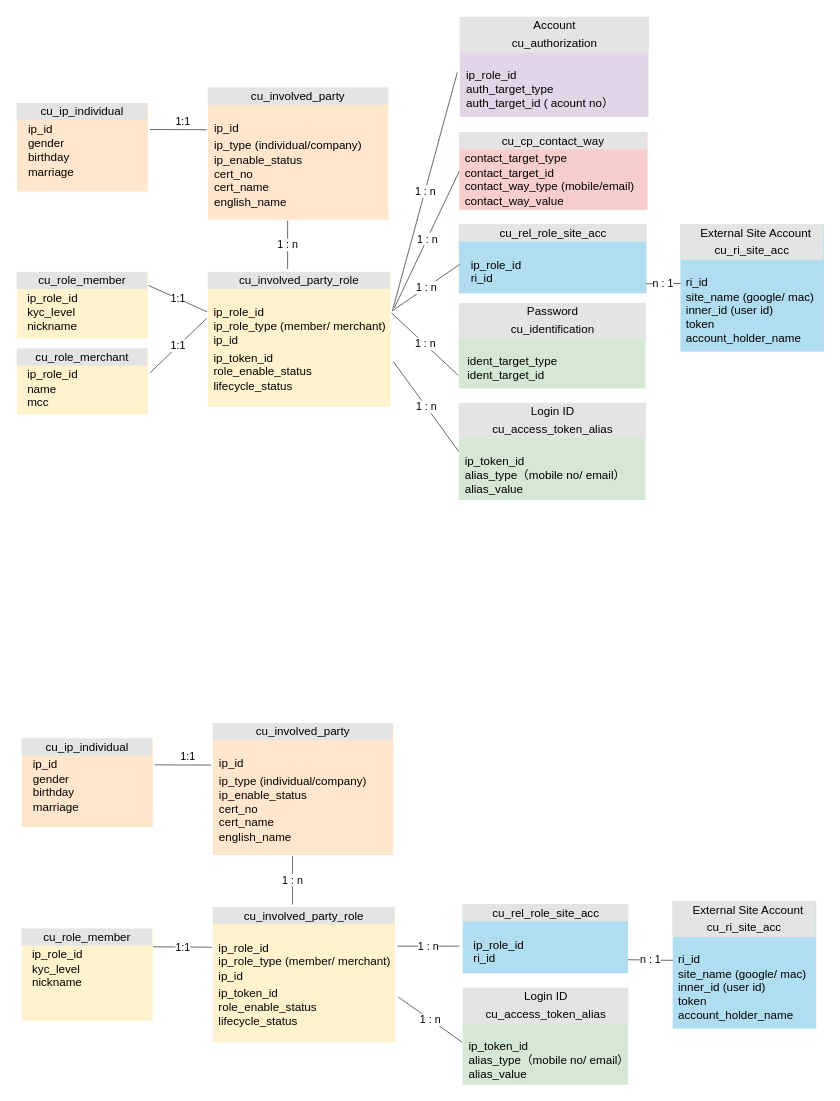
Earlier version of the draw.io diagram page "账号Model 英文" (10 of 17) of 会员账户.drawio (renqiuming/drawio). Source tidied: cells renumbered, new cells numbered last; positions are measured from the earlier drawing's top-left corner, leaving out a move shared by most shapes. Both pictures are drawn from the tidied source at 97%, with x=0, y=0 at pixel (16, 16).
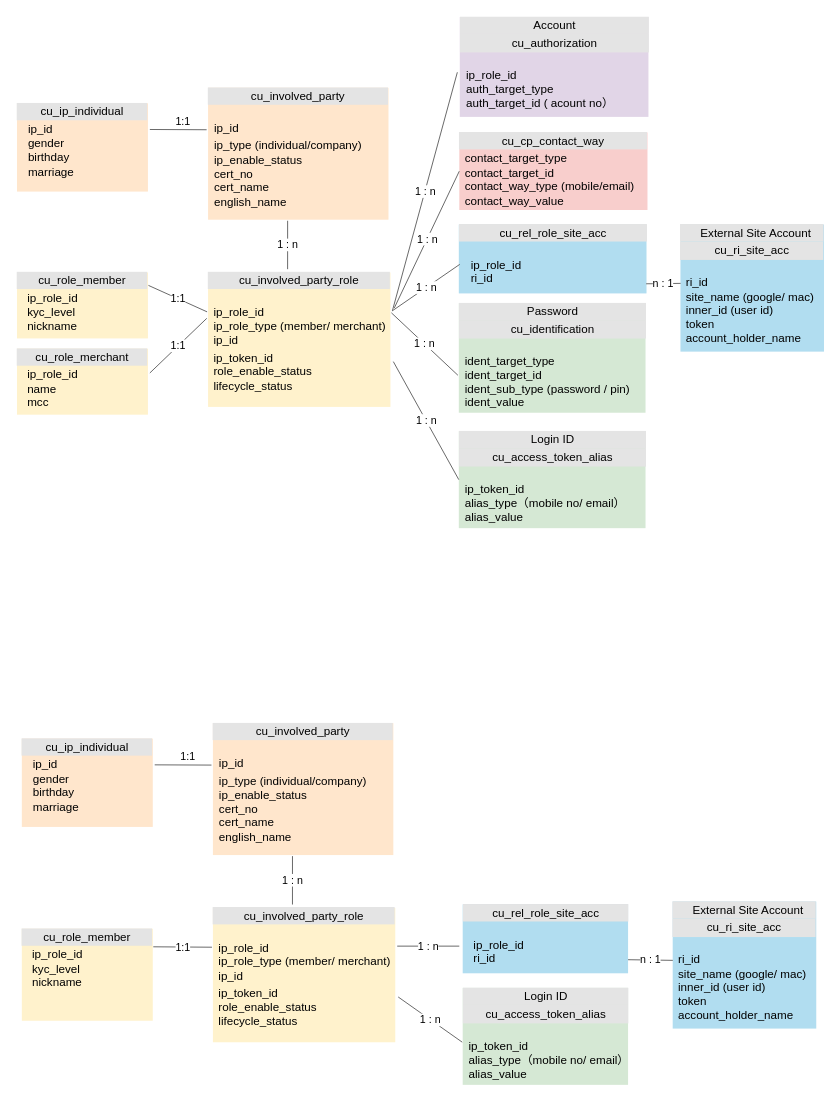
The same page after the edit.

Commit message:
更新会员账户.drawio

Change to the diagram source:
```diff
@@
-    <mxCell id="2" value="&lt;div style=&quot;box-sizing: border-box ; width: 100% ; background: #e4e4e4 ; padding: 2px&quot;&gt;Password&lt;/div&gt;&lt;div style=&quot;box-sizing: border-box ; width: 100% ; background: #e4e4e4 ; padding: 2px&quot;&gt;cu_identification&lt;/div&gt;&lt;table style=&quot;width: 100% ; font-size: 1em&quot; cellpadding=&quot;2&quot; cellspacing=&quot;0&quot;&gt;&lt;tbody&gt;&lt;tr&gt;&lt;td&gt;&lt;/td&gt;&lt;td style=&quot;text-align: left&quot;&gt;&lt;br&gt;ident_target_type&lt;br&gt;ident_target_id&lt;br&gt;&lt;/td&gt;&lt;/tr&gt;&lt;tr&gt;&lt;td style=&quot;text-align: left&quot;&gt;&lt;br&gt;&lt;/td&gt;&lt;td style=&quot;text-align: left&quot;&gt;&lt;br&gt;&lt;/td&gt;&lt;td&gt;&lt;div style=&quot;text-align: left&quot;&gt;&lt;br&gt;&lt;/div&gt;&lt;div style=&quot;text-align: left&quot;&gt;&lt;span style=&quot;font-size: 1em&quot;&gt;&lt;br&gt;&lt;/span&gt;&lt;/div&gt;&lt;div style=&quot;text-align: left&quot;&gt;&lt;br&gt;&lt;/div&gt;&lt;/td&gt;&lt;td&gt;&lt;/td&gt;&lt;td&gt;&lt;/td&gt;&lt;td&gt;&lt;/td&gt;&lt;/tr&gt;&lt;/tbody&gt;&lt;/table&gt;" style="verticalAlign=top;align=center;overflow=fill;html=1;fillColor=#d5e8d4;strokeColor=none;" parent="1" vertex="1">
-      <mxGeometry x="455.5" y="295" width="192.5" height="88" as="geometry" />
+    <mxCell id="2" value="&lt;div style=&quot;box-sizing: border-box ; width: 100% ; background: #e4e4e4 ; padding: 2px&quot;&gt;Password&lt;/div&gt;&lt;div style=&quot;box-sizing: border-box ; width: 100% ; background: #e4e4e4 ; padding: 2px&quot;&gt;cu_identification&lt;/div&gt;&lt;table style=&quot;width: 100% ; font-size: 1em&quot; cellpadding=&quot;2&quot; cellspacing=&quot;0&quot;&gt;&lt;tbody&gt;&lt;tr&gt;&lt;td&gt;&lt;/td&gt;&lt;td style=&quot;text-align: left&quot;&gt;&lt;br&gt;ident_target_type&lt;br&gt;ident_target_id&lt;br&gt;&lt;span style=&quot;font-size: 12px;&quot;&gt;ident_sub_type (password / pin)&lt;br&gt;ident_value&lt;/span&gt;&lt;br&gt;&lt;/td&gt;&lt;/tr&gt;&lt;tr&gt;&lt;td style=&quot;text-align: left&quot;&gt;&lt;br&gt;&lt;/td&gt;&lt;td style=&quot;text-align: left&quot;&gt;&lt;br&gt;&lt;/td&gt;&lt;td&gt;&lt;div style=&quot;text-align: left&quot;&gt;&lt;br&gt;&lt;/div&gt;&lt;div style=&quot;text-align: left&quot;&gt;&lt;span style=&quot;font-size: 1em&quot;&gt;&lt;br&gt;&lt;/span&gt;&lt;/div&gt;&lt;div style=&quot;text-align: left&quot;&gt;&lt;br&gt;&lt;/div&gt;&lt;/td&gt;&lt;td&gt;&lt;/td&gt;&lt;td&gt;&lt;/td&gt;&lt;td&gt;&lt;/td&gt;&lt;/tr&gt;&lt;/tbody&gt;&lt;/table&gt;" style="verticalAlign=top;align=center;overflow=fill;html=1;fillColor=#d5e8d4;strokeColor=none;" parent="1" vertex="1">
+      <mxGeometry x="455.5" y="295" width="192.5" height="113" as="geometry" />
     </mxCell>
@@
-    <mxCell id="4" value="1 : n" style="endArrow=none;html=1;rounded=0;fillColor=#f5f5f5;strokeColor=#666666;gradientColor=#b3b3b3;exitX=-0.003;exitY=0.846;exitDx=0;exitDy=0;exitPerimeter=0;" parent="1" edge="1" source="2">
+    <mxCell id="4" value="1 : n" style="endArrow=none;html=1;rounded=0;fillColor=#f5f5f5;strokeColor=#666666;gradientColor=#b3b3b3;exitX=-0.005;exitY=0.658;exitDx=0;exitDy=0;exitPerimeter=0;" parent="1" edge="1" source="2">
       <mxGeometry relative="1" as="geometry">
         <mxPoint x="386" y="305" as="targetPoint" />
       </mxGeometry>
     </mxCell>
@@
     <mxCell id="25" value="&lt;div style=&quot;box-sizing: border-box ; width: 100% ; background: #e4e4e4 ; padding: 2px&quot;&gt;Login ID&lt;/div&gt;&lt;div style=&quot;box-sizing: border-box ; width: 100% ; background: #e4e4e4 ; padding: 2px&quot;&gt;cu_access_token_alias&lt;/div&gt;&lt;table style=&quot;width: 100% ; font-size: 1em&quot; cellpadding=&quot;2&quot; cellspacing=&quot;0&quot;&gt;&lt;tbody&gt;&lt;tr&gt;&lt;td&gt;&lt;/td&gt;&lt;td style=&quot;text-align: left&quot;&gt;&lt;br&gt;ip_token_id&lt;br&gt;&lt;span style=&quot;font-size: 12px;&quot;&gt;alias_type（mobile no/ email）&lt;br&gt;alias_value&lt;/span&gt;&lt;br&gt;&lt;br&gt;&lt;/td&gt;&lt;/tr&gt;&lt;tr&gt;&lt;td style=&quot;text-align: left&quot;&gt;&lt;br&gt;&lt;/td&gt;&lt;td style=&quot;text-align: left&quot;&gt;&lt;br&gt;&lt;/td&gt;&lt;td&gt;&lt;div style=&quot;text-align: left&quot;&gt;&lt;br&gt;&lt;/div&gt;&lt;div style=&quot;text-align: left&quot;&gt;&lt;span style=&quot;font-size: 1em&quot;&gt;&lt;br&gt;&lt;/span&gt;&lt;/div&gt;&lt;div style=&quot;text-align: left&quot;&gt;&lt;br&gt;&lt;/div&gt;&lt;/td&gt;&lt;td&gt;&lt;/td&gt;&lt;td&gt;&lt;/td&gt;&lt;td&gt;&lt;/td&gt;&lt;/tr&gt;&lt;/tbody&gt;&lt;/table&gt;" style="verticalAlign=top;align=center;overflow=fill;html=1;fillColor=#d5e8d4;strokeColor=none;" parent="1" vertex="1">
-      <mxGeometry x="455.5" y="398" width="192.5" height="100" as="geometry" />
+      <mxGeometry x="455.5" y="427" width="192.5" height="100" as="geometry" />
     </mxCell>
```
